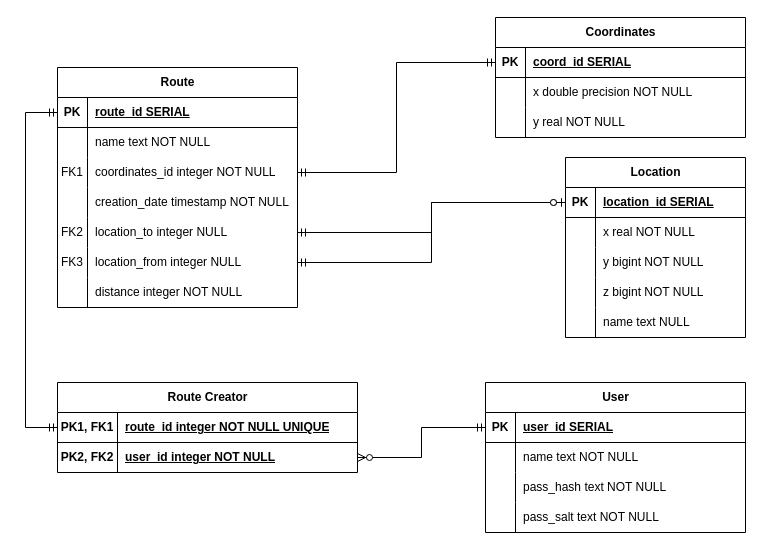
Zerumi/no8_280523_73637373 keeps this draw.io diagram as diagrams/datalogicalModel.drawio. Above is the earlier version. Source tidied: cells renumbered, new cells numbered last; positions are measured from the earlier drawing's top-left corner, leaving out a move shared by most shapes. Both pictures are drawn from the tidied source at 100%, with x=0, y=0 at pixel (25, 17).
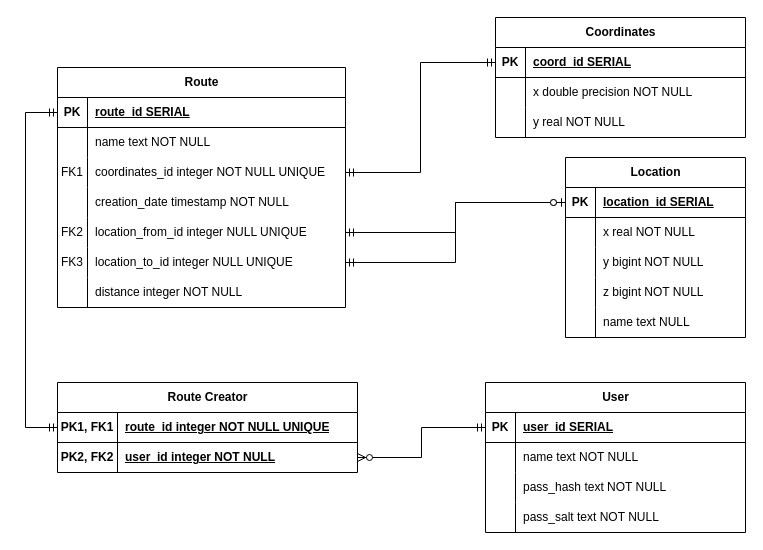
The same diagram, later.

What changed in the source:
```diff
@@
     <mxCell id="2" value="Route" style="shape=table;startSize=30;childLayout=tableLayout;rowLines=0;fontStyle=1;align=center;html=1;" parent="1" vertex="1">
-      <mxGeometry x="32" y="50" width="240" height="240" as="geometry" />
+      <mxGeometry x="32" y="50" width="288" height="240" as="geometry" />
     </mxCell>
     <mxCell id="3" style="shape=tableRow;horizontal=0;startSize=0;swimlaneHead=0;swimlaneBody=0;fillColor=none;points=[[0,0.5],[1,0.5]];portConstraint=eastwest;top=0;left=0;right=0;bottom=1;" parent="2" vertex="1">
-      <mxGeometry y="30" width="240" height="30" as="geometry" />
+      <mxGeometry y="30" width="288" height="30" as="geometry" />
     </mxCell>
@@
     <mxCell id="5" value="route_id SERIAL" style="shape=partialRectangle;fillColor=none;top=0;left=0;bottom=0;right=0;align=left;spacingLeft=6;fontStyle=5;overflow=hidden;whiteSpace=wrap;html=1;" parent="3" vertex="1">
-      <mxGeometry x="30" width="210" height="30" as="geometry" />
+      <mxGeometry x="30" width="258" height="30" as="geometry" />
     </mxCell>
     <mxCell id="6" style="shape=tableRow;horizontal=0;startSize=0;swimlaneHead=0;swimlaneBody=0;fillColor=none;top=0;left=0;right=0;bottom=0;" parent="2" vertex="1">
-      <mxGeometry y="60" width="240" height="30" as="geometry" />
+      <mxGeometry y="60" width="288" height="30" as="geometry" />
     </mxCell>
@@
     <mxCell id="8" value="name text NOT NULL" style="shape=partialRectangle;fillColor=none;top=0;left=0;bottom=0;right=0;align=left;spacingLeft=6;overflow=hidden;whiteSpace=wrap;html=1;" parent="6" vertex="1">
-      <mxGeometry x="30" width="210" height="30" as="geometry" />
+      <mxGeometry x="30" width="258" height="30" as="geometry" />
     </mxCell>
     <mxCell id="9" style="shape=tableRow;horizontal=0;startSize=0;swimlaneHead=0;swimlaneBody=0;fillColor=none;points=[[0,0.5],[1,0.5]];portConstraint=eastwest;top=0;left=0;right=0;bottom=0;" parent="2" vertex="1">
-      <mxGeometry y="90" width="240" height="30" as="geometry" />
+      <mxGeometry y="90" width="288" height="30" as="geometry" />
     </mxCell>
@@
-    <mxCell id="11" value="coordinates_id integer NOT NULL" style="shape=partialRectangle;fillColor=none;top=0;left=0;bottom=0;right=0;align=left;spacingLeft=6;overflow=hidden;whiteSpace=wrap;html=1;" parent="9" vertex="1">
-      <mxGeometry x="30" width="210" height="30" as="geometry" />
+    <mxCell id="11" value="coordinates_id integer NOT NULL UNIQUE" style="shape=partialRectangle;fillColor=none;top=0;left=0;bottom=0;right=0;align=left;spacingLeft=6;overflow=hidden;whiteSpace=wrap;html=1;" parent="9" vertex="1">
+      <mxGeometry x="30" width="258" height="30" as="geometry" />
     </mxCell>
     <mxCell id="12" style="shape=tableRow;horizontal=0;startSize=0;swimlaneHead=0;swimlaneBody=0;fillColor=none;top=0;left=0;right=0;bottom=0;" parent="2" vertex="1">
-      <mxGeometry y="120" width="240" height="30" as="geometry" />
+      <mxGeometry y="120" width="288" height="30" as="geometry" />
     </mxCell>
@@
     <mxCell id="14" value="creation_date timestamp NOT NULL" style="shape=partialRectangle;fillColor=none;top=0;left=0;bottom=0;right=0;align=left;spacingLeft=6;overflow=hidden;whiteSpace=wrap;html=1;" parent="12" vertex="1">
-      <mxGeometry x="30" width="210" height="30" as="geometry" />
+      <mxGeometry x="30" width="258" height="30" as="geometry" />
     </mxCell>
     <mxCell id="15" style="shape=tableRow;horizontal=0;startSize=0;swimlaneHead=0;swimlaneBody=0;fillColor=none;points=[[0,0.5],[1,0.5]];portConstraint=eastwest;top=0;left=0;right=0;bottom=0;" parent="2" vertex="1">
-      <mxGeometry y="150" width="240" height="30" as="geometry" />
+      <mxGeometry y="150" width="288" height="30" as="geometry" />
     </mxCell>
@@
-    <mxCell id="17" value="location_to integer NULL" style="shape=partialRectangle;fillColor=none;top=0;left=0;bottom=0;right=0;align=left;spacingLeft=6;overflow=hidden;whiteSpace=wrap;html=1;" parent="15" vertex="1">
-      <mxGeometry x="30" width="210" height="30" as="geometry" />
+    <mxCell id="17" value="location_from_id integer NULL UNIQUE" style="shape=partialRectangle;fillColor=none;top=0;left=0;bottom=0;right=0;align=left;spacingLeft=6;overflow=hidden;whiteSpace=wrap;html=1;" parent="15" vertex="1">
+      <mxGeometry x="30" width="258" height="30" as="geometry" />
     </mxCell>
     <mxCell id="18" style="shape=tableRow;horizontal=0;startSize=0;swimlaneHead=0;swimlaneBody=0;fillColor=none;points=[[0,0.5],[1,0.5]];portConstraint=eastwest;top=0;left=0;right=0;bottom=0;" parent="2" vertex="1">
-      <mxGeometry y="180" width="240" height="30" as="geometry" />
+      <mxGeometry y="180" width="288" height="30" as="geometry" />
     </mxCell>
@@
-    <mxCell id="20" value="location_from integer NULL" style="shape=partialRectangle;fillColor=none;top=0;left=0;bottom=0;right=0;align=left;spacingLeft=6;overflow=hidden;whiteSpace=wrap;html=1;" parent="18" vertex="1">
-      <mxGeometry x="30" width="210" height="30" as="geometry" />
+    <mxCell id="20" value="location_to_id&amp;nbsp;integer NULL UNIQUE" style="shape=partialRectangle;fillColor=none;top=0;left=0;bottom=0;right=0;align=left;spacingLeft=6;overflow=hidden;whiteSpace=wrap;html=1;" parent="18" vertex="1">
+      <mxGeometry x="30" width="258" height="30" as="geometry" />
     </mxCell>
     <mxCell id="21" style="shape=tableRow;horizontal=0;startSize=0;swimlaneHead=0;swimlaneBody=0;fillColor=none;top=0;left=0;right=0;bottom=0;" parent="2" vertex="1">
-      <mxGeometry y="210" width="240" height="30" as="geometry" />
+      <mxGeometry y="210" width="288" height="30" as="geometry" />
     </mxCell>
@@
     <mxCell id="23" value="distance integer NOT NULL" style="shape=partialRectangle;fillColor=none;top=0;left=0;bottom=0;right=0;align=left;spacingLeft=6;overflow=hidden;whiteSpace=wrap;html=1;" parent="21" vertex="1">
-      <mxGeometry x="30" width="210" height="30" as="geometry" />
+      <mxGeometry x="30" width="258" height="30" as="geometry" />
     </mxCell>
```
